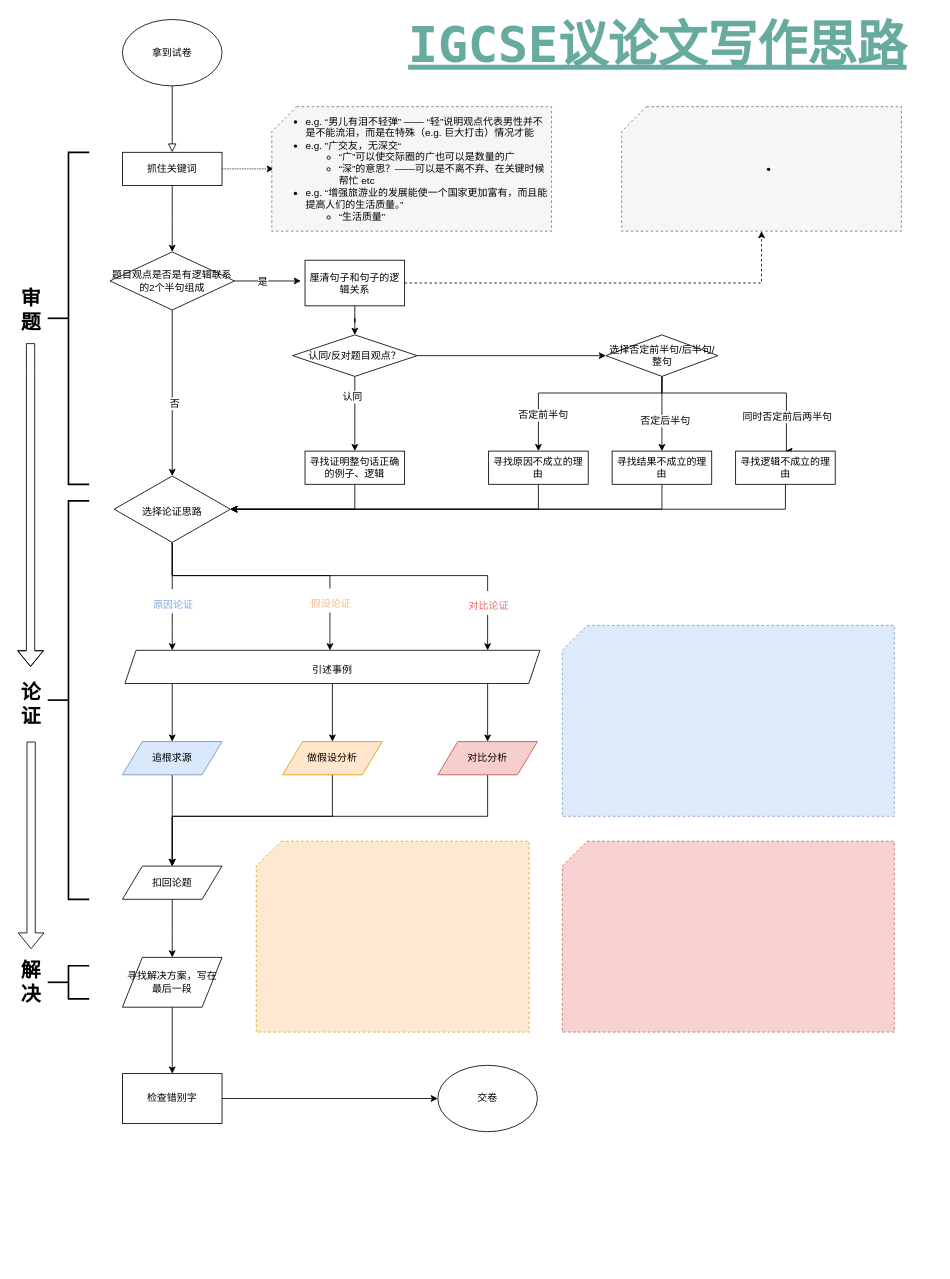
The draw.io diagram IGCSE语文议论文写作.drawio in stevenzhouzh/AProject, before the edit. Source tidied: cells renumbered, new cells numbered last; positions are measured from the earlier drawing's top-left corner, leaving out a move shared by most shapes. Both pictures are drawn from the tidied source at 83%, with x=0, y=0 at pixel (14, 19).
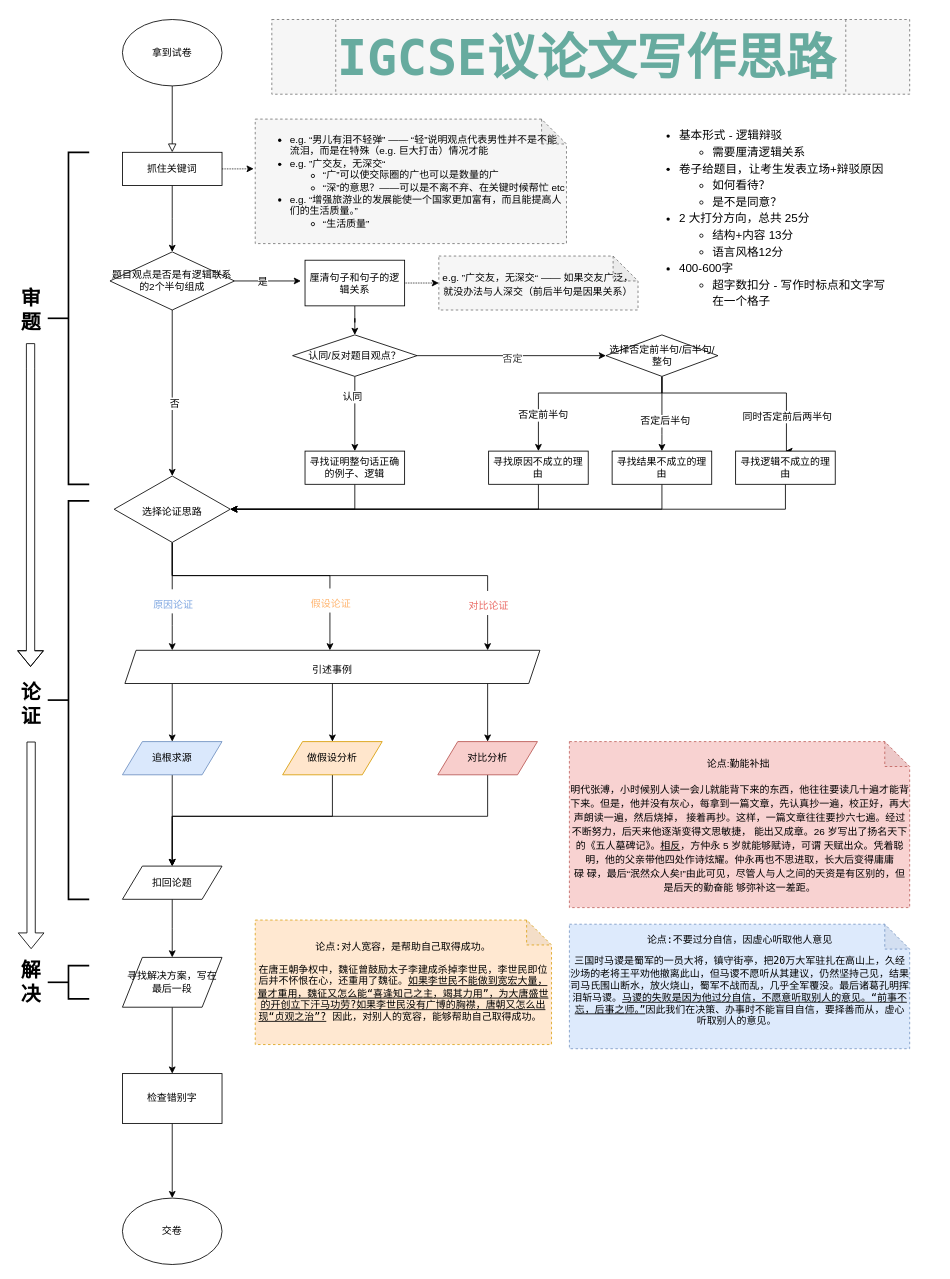
The same diagram, later.

Commit message:
Update IGCSE语文议论文写作.drawio

The change refers to these unchanged cells:
```xml
<mxCell id="6" value="抓住关键词" style="rounded=0;whiteSpace=wrap;html=1;" parent="1" vertex="1">
  <mxGeometry x="130" y="160" width="120" height="40" as="geometry" />
</mxCell>
<mxCell id="14" value="厘清句子和句子的逻辑关系" style="rounded=0;whiteSpace=wrap;html=1;align=center;" parent="1" vertex="1">
  <mxGeometry x="350" y="290" width="120" height="55" as="geometry" />
</mxCell>
<mxCell id="47" style="edgeStyle=orthogonalEdgeStyle;rounded=0;jettySize=auto;html=1;fontSize=12;" parent="1" edge="1" source="48" target="55">
  <mxGeometry relative="1" as="geometry" />
</mxCell>
```

The edit, as a diff of the source:
```diff
@@
-    <mxCell id="5" style="edgeStyle=orthogonalEdgeStyle;rounded=0;jettySize=auto;html=1;entryX=0.007;entryY=0.5;entryDx=0;entryDy=0;entryPerimeter=0;fontSize=12;fontColor=#EA6B66;dashed=1;dashPattern=1 1;" parent="1" edge="1" source="6" target="66">
+    <mxCell id="5" style="edgeStyle=orthogonalEdgeStyle;rounded=0;jettySize=auto;html=1;entryX=-0.005;entryY=0.399;entryDx=0;entryDy=0;entryPerimeter=0;dashed=1;dashPattern=1 1;fontFamily=Lucida Console;fontSize=60;fontColor=#333333;" parent="1" edge="1" source="6" target="66">
       <mxGeometry relative="1" as="geometry" />
     </mxCell>
@@
-    <mxCell id="13" style="edgeStyle=orthogonalEdgeStyle;rounded=0;jettySize=auto;html=1;dashed=1;fontSize=12;fontColor=#EA6B66;entryX=0.5;entryY=1;entryDx=0;entryDy=0;entryPerimeter=0;" parent="1" edge="1" source="14" target="67">
-      <mxGeometry relative="1" as="geometry" />
-    </mxCell>
+    <mxCell id="72" style="edgeStyle=orthogonalEdgeStyle;rounded=0;jettySize=auto;html=1;entryX=0;entryY=0.5;entryDx=0;entryDy=0;entryPerimeter=0;dashed=1;dashPattern=1 1;fontFamily=Lucida Console;fontSize=60;fontColor=#333333;" parent="1" edge="1" source="14" target="77">
+      <mxGeometry relative="1" as="geometry" />
+    </mxCell>
@@
     <mxCell id="42" value="交卷" style="ellipse;whiteSpace=wrap;html=1;fontSize=12;align=center;" parent="1" vertex="1">
-      <mxGeometry x="510" y="1260" width="120" height="80" as="geometry" />
+      <mxGeometry x="130" y="1420" width="120" height="80" as="geometry" />
     </mxCell>
@@
+    <mxCell id="73" value="&lt;font style=&quot;font-size: 12px&quot;&gt;否定&lt;/font&gt;" style="text;html=1;align=center;verticalAlign=middle;labelBackgroundColor=#ffffff;fontSize=60;fontFamily=Lucida Console;fontColor=#333333;" parent="47" vertex="1">
+      <mxGeometry x="0.01" y="2" relative="1" as="geometry">
+        <mxPoint x="-1" y="-13" as="offset" />
+      </mxGeometry>
+    </mxCell>
@@
+    <mxCell id="74" value="&lt;div class=&quot;column&quot; style=&quot;font-size: 12px ; white-space: normal&quot;&gt;&lt;p&gt;&lt;span&gt;论点:不要过分自信，因虚心听取他人意见&lt;/span&gt;&lt;br&gt;&lt;/p&gt;&lt;p&gt;三国时马谡是蜀军的一员大将，镇守街亭，把20万大军驻扎在高山上，久经沙场的老将王平劝他撤离此山，但马谡不愿听从其建议，仍然坚持己见，结果司马氏围山断水，放火烧山，蜀军不战而乱，几乎全军覆没。最后诸葛孔明挥泪斩马谡。&lt;u&gt;马谡的失败是因为他过分自信，不愿意听取别人的意见。“前事不忘，后事之师。”&lt;/u&gt;因此我们在决策、办事时不能盲目自信，要择善而从，虚心听取别人的意见。&amp;nbsp;&lt;/p&gt;&lt;br&gt;&lt;/div&gt;" style="shape=note;whiteSpace=wrap;html=1;backgroundOutline=1;darkOpacity=0.05;rounded=0;shadow=0;dashed=1;comic=0;fontFamily=Lucida Console;fontSize=60;opacity=90;align=center;fillColor=#dae8fc;strokeColor=#6c8ebf;" parent="1" vertex="1">
+      <mxGeometry x="668.5" y="1090" width="410" height="150" as="geometry" />
+    </mxCell>
+    <mxCell id="75" value="&lt;div class=&quot;column&quot; style=&quot;font-size: 12px ; white-space: normal&quot;&gt;&lt;p&gt;论点:对人宽容，是帮助自己取得成功。&lt;br&gt;&lt;/p&gt;&lt;div class=&quot;page&quot; title=&quot;Page 1&quot; style=&quot;font-size: 60px&quot;&gt;&lt;div class=&quot;layoutArea&quot; style=&quot;font-size: 12px&quot;&gt;&lt;div class=&quot;column&quot;&gt;&lt;p&gt;在唐王朝争权中，魏征曾鼓励太子李建成杀掉李世民，李世民即位后并不怀恨在心，还重用了魏征。&lt;u&gt;如果李世民不能做到宽宏大量，量才重用，魏征又怎么能“喜逢知己之主，竭其力用”，为大唐盛世的开创立下汗马功劳?如果李世民没有广博的胸襟，唐朝又怎么出现“贞观之治”?&lt;/u&gt;&amp;nbsp;因此，对别人的宽容，能够帮助自己取得成功。&amp;nbsp;&lt;/p&gt;&lt;/div&gt;&lt;/div&gt;&lt;/div&gt;&lt;/div&gt;" style="shape=note;whiteSpace=wrap;html=1;backgroundOutline=1;darkOpacity=0.05;rounded=0;shadow=0;dashed=1;comic=0;fontFamily=Lucida Console;fontSize=60;opacity=90;align=center;fillColor=#ffe6cc;strokeColor=#d79b00;" parent="1" vertex="1">
+      <mxGeometry x="290" y="1085" width="357" height="150" as="geometry" />
+    </mxCell>
+    <mxCell id="76" value="&lt;div class=&quot;column&quot; style=&quot;font-size: 12px ; white-space: normal&quot;&gt;&lt;p class=&quot;p1&quot; style=&quot;margin: 0px ; font-stretch: normal ; line-height: normal ; font-family: &amp;#34;pingfang sc light&amp;#34;&quot;&gt;论点&lt;span class=&quot;s1&quot; style=&quot;font-stretch: normal ; line-height: normal ; font-family: &amp;#34;helvetica neue light&amp;#34;&quot;&gt;:&lt;/span&gt;勤能补拙&lt;span class=&quot;s1&quot; style=&quot;font-stretch: normal ; line-height: normal ; font-family: &amp;#34;helvetica neue light&amp;#34;&quot;&gt;&amp;nbsp;&lt;/span&gt;&lt;/p&gt;&lt;p class=&quot;p1&quot; style=&quot;margin: 0px ; font-stretch: normal ; line-height: normal ; font-family: &amp;#34;pingfang sc light&amp;#34;&quot;&gt;&lt;br&gt;&lt;/p&gt;&lt;p class=&quot;p1&quot; style=&quot;margin: 0px ; font-stretch: normal ; line-height: normal ; font-family: &amp;#34;pingfang sc light&amp;#34;&quot;&gt;明代张溥，小时候别人读一会儿就能背下来的东西，他往往要读几十遍才能背下来。但是，他并没有灰心，每拿到一篇文章，先认真抄一遍，校正好，再大声朗读一遍，然后烧掉，&lt;span class=&quot;s1&quot; style=&quot;font-stretch: normal ; line-height: normal ; font-family: &amp;#34;helvetica neue light&amp;#34;&quot;&gt;&amp;nbsp;&lt;/span&gt;接着再抄。这样，一篇文章往往要抄六七遍。经过不断努力，后天来他逐渐变得文思敏捷，&lt;span class=&quot;s1&quot; style=&quot;font-stretch: normal ; line-height: normal ; font-family: &amp;#34;helvetica neue light&amp;#34;&quot;&gt;&amp;nbsp;&lt;/span&gt;能出又成章。&lt;span class=&quot;s1&quot; style=&quot;font-stretch: normal ; line-height: normal ; font-family: &amp;#34;helvetica neue light&amp;#34;&quot;&gt;26&amp;nbsp;&lt;/span&gt;岁写出了扬名天下的《五人墓碑记》。&lt;u&gt;相反&lt;/u&gt;，方仲永&lt;span class=&quot;s1&quot; style=&quot;font-stretch: normal ; line-height: normal ; font-family: &amp;#34;helvetica neue light&amp;#34;&quot;&gt;&amp;nbsp;5&amp;nbsp;&lt;/span&gt;岁就能够赋诗，可谓&lt;span class=&quot;s1&quot; style=&quot;font-stretch: normal ; line-height: normal ; font-family: &amp;#34;helvetica neue light&amp;#34;&quot;&gt;&amp;nbsp;&lt;/span&gt;天赋出众。凭着聪明，他的父亲带他四处作诗炫耀。仲永再也不思进取，长大后变得庸庸碌&lt;span class=&quot;s1&quot; style=&quot;font-stretch: normal ; line-height: normal ; font-family: &amp;#34;helvetica neue light&amp;#34;&quot;&gt;&amp;nbsp;&lt;/span&gt;碌，最后“泯然众人矣&lt;span class=&quot;s1&quot; style=&quot;font-stretch: normal ; line-height: normal ; font-family: &amp;#34;helvetica neue light&amp;#34;&quot;&gt;!&lt;/span&gt;”由此可见，尽管人与人之间的天资是有区别的，但是后天的勤奋能&lt;span class=&quot;s1&quot; style=&quot;font-stretch: normal ; line-height: normal ; font-family: &amp;#34;helvetica neue light&amp;#34;&quot;&gt;&amp;nbsp;&lt;/span&gt;够弥补这一差距。&lt;/p&gt;&lt;/div&gt;" style="shape=note;whiteSpace=wrap;html=1;backgroundOutline=1;darkOpacity=0.05;rounded=0;shadow=0;dashed=1;comic=0;fontFamily=Lucida Console;fontSize=60;opacity=90;align=center;fillColor=#f8cecc;strokeColor=#b85450;" parent="1" vertex="1">
+      <mxGeometry x="668.5" y="870" width="410" height="200" as="geometry" />
+    </mxCell>
+    <mxCell id="77" value="&lt;p class=&quot;p1&quot; style=&quot;margin: 0px ; font-stretch: normal ; font-size: 12px ; line-height: normal ; font-family: &amp;#34;pingfang sc light&amp;#34; ; color: rgb(0 , 0 , 0) ; white-space: normal&quot;&gt;&lt;span class=&quot;s1&quot; style=&quot;font-stretch: normal ; line-height: normal ; font-family: &amp;#34;helvetica neue light&amp;#34;&quot;&gt;e.g. &lt;/span&gt;”广交友，无深交“&lt;span class=&quot;s1&quot; style=&quot;font-stretch: normal ; line-height: normal ; font-family: &amp;#34;helvetica neue light&amp;#34;&quot;&gt; —— &lt;/span&gt;如果交友广泛，就没办法与人深交（前后半句是因果关系）&lt;/p&gt;" style="shape=note;whiteSpace=wrap;html=1;backgroundOutline=1;darkOpacity=0.05;rounded=0;shadow=0;dashed=1;comic=0;strokeColor=#666666;fillColor=#f5f5f5;fontFamily=Lucida Console;fontSize=60;fontColor=#333333;opacity=90;" parent="1" vertex="1">
+      <mxGeometry x="511.2" y="285" width="240" height="65" as="geometry" />
+    </mxCell>
-    <mxCell id="66" value="&lt;ul style=&quot;color: rgb(0 , 0 , 0) ; text-align: left ; white-space: normal&quot;&gt;&lt;li&gt;e.g. “男儿有泪不轻弹” —— “轻”说明观点代表男性并不是不能流泪，而是在特殊（e.g. 巨大打击）情况才能&lt;/li&gt;&lt;li&gt;e.g. ”广交友，无深交“&amp;nbsp;&lt;/li&gt;&lt;ul&gt;&lt;li&gt;“广”可以使交际圈的广也可以是数量的广&lt;/li&gt;&lt;li&gt;“深”的意思？——可以是不离不弃、在关键时候帮忙 etc&lt;/li&gt;&lt;/ul&gt;&lt;li&gt;e.g. “增强旅游业的发展能使一个国家更加富有，而且能提高人们的生活质量。”&lt;/li&gt;&lt;ul&gt;&lt;li&gt;“生活质量”&lt;/li&gt;&lt;/ul&gt;&lt;/ul&gt;" style="shape=card;whiteSpace=wrap;html=1;shadow=0;dashed=1;fontSize=12;fontColor=#333333;align=center;opacity=90;rounded=0;comic=0;fillColor=#f5f5f5;strokeColor=#666666;" parent="1" vertex="1">
-      <mxGeometry x="310" y="105" width="337" height="150" as="geometry" />
+    <mxCell id="66" value="&lt;ul style=&quot;font-family: helvetica; font-size: 12px; white-space: normal; color: rgb(0, 0, 0);&quot;&gt;&lt;li&gt;e.g. “男儿有泪不轻弹” —— “轻”说明观点代表男性并不是不能流泪，而是在特殊（e.g. 巨大打击）情况才能&lt;/li&gt;&lt;li&gt;e.g. ”广交友，无深交“&amp;nbsp;&lt;/li&gt;&lt;ul&gt;&lt;li&gt;“广”可以使交际圈的广也可以是数量的广&lt;/li&gt;&lt;li&gt;“深”的意思？——可以是不离不弃、在关键时候帮忙 etc&lt;/li&gt;&lt;/ul&gt;&lt;li&gt;e.g. “增强旅游业的发展能使一个国家更加富有，而且能提高人们的生活质量。”&lt;/li&gt;&lt;ul&gt;&lt;li&gt;“生活质量”&lt;/li&gt;&lt;/ul&gt;&lt;/ul&gt;" style="shape=note;whiteSpace=wrap;html=1;backgroundOutline=1;darkOpacity=0.05;rounded=0;shadow=0;dashed=1;comic=0;strokeColor=#666666;fillColor=#f5f5f5;fontFamily=Lucida Console;fontSize=60;fontColor=#333333;opacity=90;align=left;" parent="1" vertex="1">
+      <mxGeometry x="290" y="120" width="375" height="150" as="geometry" />
     </mxCell>
-    <mxCell id="67" value="&lt;ul style=&quot;color: rgb(0 , 0 , 0) ; text-align: left ; white-space: normal&quot;&gt;&lt;li&gt;&lt;br&gt;&lt;/li&gt;&lt;/ul&gt;" style="shape=card;whiteSpace=wrap;html=1;shadow=0;dashed=1;fontSize=12;fontColor=#333333;align=center;opacity=90;rounded=0;comic=0;fillColor=#f5f5f5;strokeColor=#666666;" parent="1" vertex="1">
-      <mxGeometry x="731.5" y="105" width="337" height="150" as="geometry" />
-    </mxCell>
+    <mxCell id="78" value="&lt;ul class=&quot;ul1&quot; style=&quot;color: rgb(0 , 0 , 0) ; font-size: medium&quot;&gt;&lt;li class=&quot;li1&quot; style=&quot;text-align: left ; margin: 0px ; font-stretch: normal ; font-size: 14px ; line-height: normal ; font-family: &amp;#34;helvetica&amp;#34;&quot;&gt;&lt;span class=&quot;s1&quot; style=&quot;font-stretch: normal ; font-size: 12px ; line-height: normal&quot;&gt;&lt;/span&gt;&lt;span class=&quot;s2&quot;&gt;基本形式 - 逻辑辩驳&lt;/span&gt;&lt;/li&gt;&lt;ul class=&quot;ul2&quot;&gt;&lt;li class=&quot;li1&quot; style=&quot;text-align: left ; margin: 0px ; font-stretch: normal ; font-size: 14px ; line-height: normal ; font-family: &amp;#34;helvetica&amp;#34;&quot;&gt;&lt;span class=&quot;s1&quot; style=&quot;font-stretch: normal ; font-size: 12px ; line-height: normal&quot;&gt;&lt;/span&gt;&lt;span class=&quot;s2&quot;&gt;需要厘清逻辑关系&lt;/span&gt;&lt;/li&gt;&lt;/ul&gt;&lt;li class=&quot;li1&quot; style=&quot;text-align: left ; margin: 0px ; font-stretch: normal ; font-size: 14px ; line-height: normal ; font-family: &amp;#34;helvetica&amp;#34;&quot;&gt;&lt;span class=&quot;s1&quot; style=&quot;font-stretch: normal ; font-size: 12px ; line-height: normal&quot;&gt;&lt;/span&gt;&lt;span class=&quot;s2&quot;&gt;卷子给题目，让考生发表立场+辩驳原因&lt;/span&gt;&lt;/li&gt;&lt;ul class=&quot;ul2&quot;&gt;&lt;li class=&quot;li1&quot; style=&quot;text-align: left ; margin: 0px ; font-stretch: normal ; font-size: 14px ; line-height: normal ; font-family: &amp;#34;helvetica&amp;#34;&quot;&gt;&lt;span class=&quot;s1&quot; style=&quot;font-stretch: normal ; font-size: 12px ; line-height: normal&quot;&gt;&lt;/span&gt;&lt;span class=&quot;s2&quot;&gt;如何看待？&lt;/span&gt;&lt;/li&gt;&lt;li class=&quot;li1&quot; style=&quot;text-align: left ; margin: 0px ; font-stretch: normal ; font-size: 14px ; line-height: normal ; font-family: &amp;#34;helvetica&amp;#34;&quot;&gt;&lt;span class=&quot;s1&quot; style=&quot;font-stretch: normal ; font-size: 12px ; line-height: normal&quot;&gt;&lt;/span&gt;&lt;span class=&quot;s2&quot;&gt;是不是同意？&lt;/span&gt;&lt;/li&gt;&lt;/ul&gt;&lt;li class=&quot;li1&quot; style=&quot;text-align: left ; margin: 0px ; font-stretch: normal ; font-size: 14px ; line-height: normal ; font-family: &amp;#34;helvetica&amp;#34;&quot;&gt;&lt;span class=&quot;s1&quot; style=&quot;font-stretch: normal ; font-size: 12px ; line-height: normal&quot;&gt;&lt;/span&gt;&lt;span class=&quot;s2&quot;&gt;2 大打分方向，总共 25分&lt;/span&gt;&lt;/li&gt;&lt;ul class=&quot;ul2&quot;&gt;&lt;li class=&quot;li1&quot; style=&quot;text-align: left ; margin: 0px ; font-stretch: normal ; font-size: 14px ; line-height: normal ; font-family: &amp;#34;helvetica&amp;#34;&quot;&gt;&lt;span class=&quot;s1&quot; style=&quot;font-stretch: normal ; font-size: 12px ; line-height: normal&quot;&gt;&lt;/span&gt;&lt;span class=&quot;s2&quot;&gt;结构+内容 13分&lt;/span&gt;&lt;/li&gt;&lt;li class=&quot;li1&quot; style=&quot;text-align: left ; margin: 0px ; font-stretch: normal ; font-size: 14px ; line-height: normal ; font-family: &amp;#34;helvetica&amp;#34;&quot;&gt;&lt;span class=&quot;s1&quot; style=&quot;font-stretch: normal ; font-size: 12px ; line-height: normal&quot;&gt;&lt;/span&gt;&lt;span class=&quot;s2&quot;&gt;语言风格12分&lt;/span&gt;&lt;/li&gt;&lt;/ul&gt;&lt;li class=&quot;li1&quot; style=&quot;text-align: left ; margin: 0px ; font-stretch: normal ; font-size: 14px ; line-height: normal ; font-family: &amp;#34;helvetica&amp;#34;&quot;&gt;&lt;span class=&quot;s1&quot; style=&quot;font-stretch: normal ; font-size: 12px ; line-height: normal&quot;&gt;&lt;/span&gt;&lt;span class=&quot;s2&quot;&gt;400-600字&lt;/span&gt;&lt;/li&gt;&lt;ul class=&quot;ul2&quot;&gt;&lt;li class=&quot;li1&quot; style=&quot;text-align: left ; margin: 0px ; font-stretch: normal ; font-size: 14px ; line-height: normal ; font-family: &amp;#34;helvetica&amp;#34;&quot;&gt;&lt;span class=&quot;s1&quot; style=&quot;font-stretch: normal ; font-size: 12px ; line-height: normal&quot;&gt;&lt;/span&gt;&lt;span class=&quot;s2&quot;&gt;超字数扣分 - 写作时标点和文字写在一个格子&lt;/span&gt;&lt;/li&gt;&lt;/ul&gt;&lt;/ul&gt;" style="text;html=1;strokeColor=none;fillColor=none;align=center;verticalAlign=middle;whiteSpace=wrap;rounded=0;shadow=0;dashed=1;comic=0;fontFamily=Lucida Console;fontSize=60;fontColor=#333333;opacity=90;" parent="1" vertex="1">
+      <mxGeometry x="760" y="160" width="300" height="155" as="geometry" />
+    </mxCell>
-    <mxCell id="68" value="IGCSE议论文写作思路" style="text;html=1;strokeColor=none;fillColor=none;align=center;verticalAlign=middle;whiteSpace=wrap;rounded=0;shadow=0;dashed=1;comic=0;fontSize=60;fontColor=#67AB9F;opacity=90;fontStyle=5;fontFamily=Lucida Console;" parent="1" vertex="1">
-      <mxGeometry x="440" y="20" width="670" height="20" as="geometry" />
+    <mxCell id="68" value="&lt;span style=&quot;color: rgb(103 , 171 , 159) ; font-weight: 700 ; text-align: center ; white-space: normal&quot;&gt;IGCSE议论文写作思路&lt;/span&gt;" style="shape=process;whiteSpace=wrap;html=1;backgroundOutline=1;rounded=0;shadow=0;dashed=1;comic=0;strokeColor=#666666;fillColor=#f5f5f5;fontFamily=Lucida Console;fontSize=60;fontColor=#333333;opacity=90;align=left;" parent="1" vertex="1">
+      <mxGeometry x="310" width="768.5" height="90" as="geometry" />
     </mxCell>
-    <mxCell id="69" style="shape=card;whiteSpace=wrap;html=1;rounded=0;shadow=0;dashed=1;comic=0;fontFamily=Lucida Console;fontSize=60;opacity=90;align=center;fillColor=#dae8fc;strokeColor=#6c8ebf;" parent="1" vertex="1">
-      <mxGeometry x="660" y="730" width="400" height="230" as="geometry" />
-    </mxCell>
-    <mxCell id="70" style="shape=card;whiteSpace=wrap;html=1;rounded=0;shadow=0;dashed=1;comic=0;fontFamily=Lucida Console;fontSize=60;opacity=90;align=center;fillColor=#ffe6cc;strokeColor=#d79b00;" parent="1" vertex="1">
-      <mxGeometry x="291.2" y="990" width="328.8" height="230" as="geometry" />
-    </mxCell>
-    <mxCell id="71" style="shape=card;whiteSpace=wrap;html=1;rounded=0;shadow=0;dashed=1;comic=0;fontFamily=Lucida Console;fontSize=60;opacity=90;align=center;fillColor=#f8cecc;strokeColor=#b85450;" parent="1" vertex="1">
-      <mxGeometry x="660" y="990" width="400" height="230" as="geometry" />
-    </mxCell>
```
